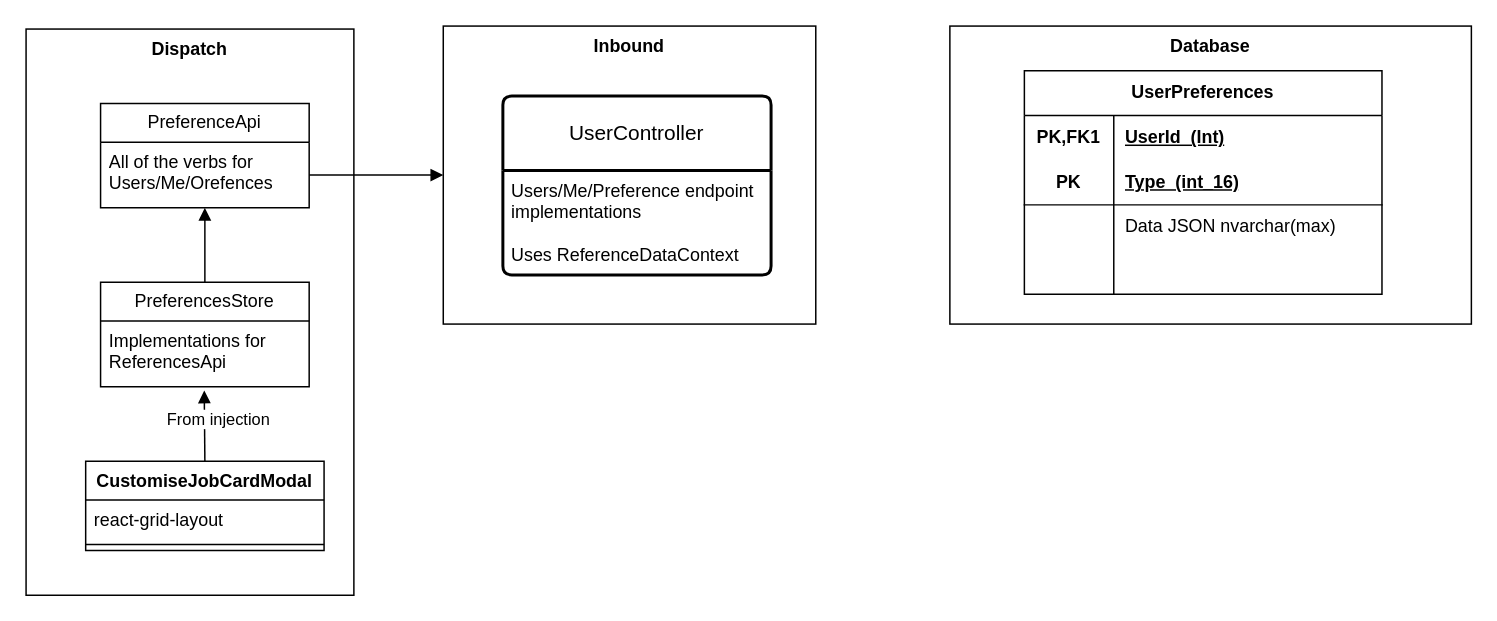
This is CustomJobCard.drawio from gbates-e2open/drawioFiles, a draw.io file, before an edit. Source tidied: cells renumbered, new cells numbered last; positions are measured from the earlier drawing's top-left corner, leaving out a move shared by most shapes. Both pictures are drawn from the tidied source at 149%, with x=0, y=0 at pixel (25, 25).
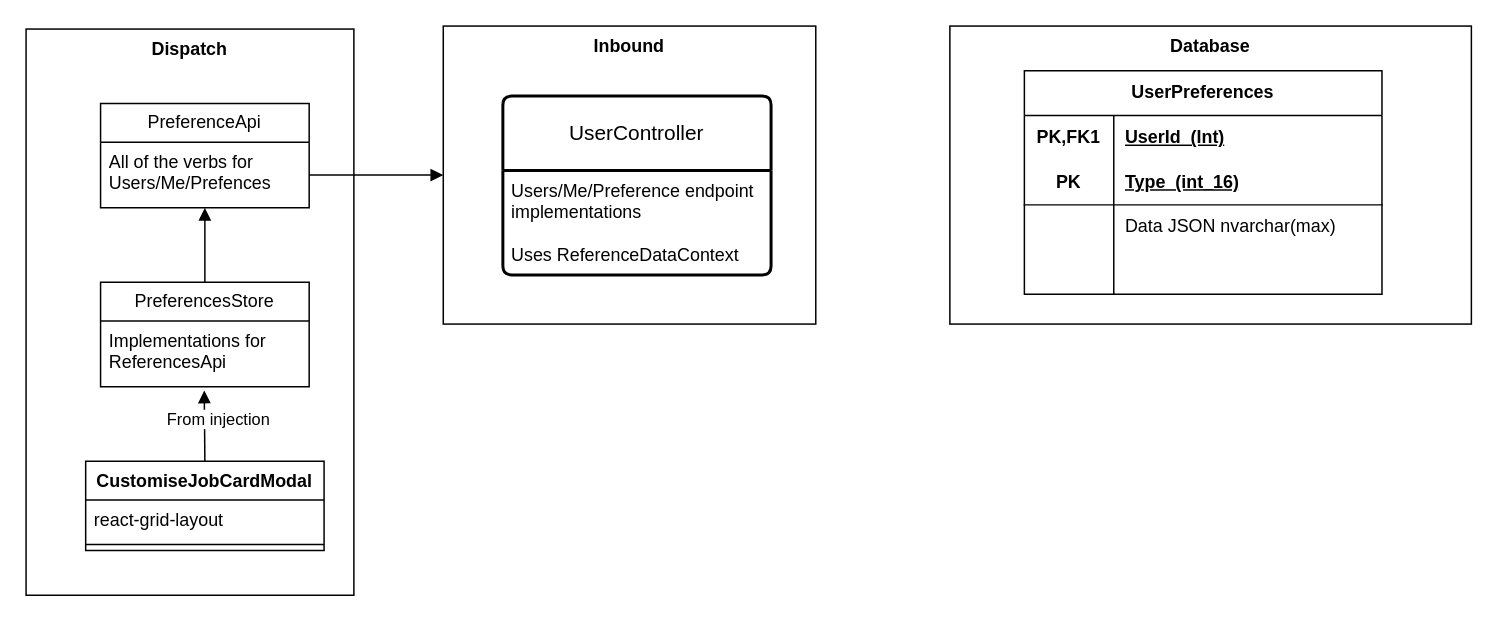
Above is the later version.

Unchanged cells that the change refers to:
```xml
<mxCell id="20" value="PreferenceApi" style="swimlane;fontStyle=0;horizontal=1;startSize=26;fillColor=none;whiteSpace=wrap;html=1;" parent="1" vertex="1">
  <mxGeometry x="50" y="52" width="140" height="70" as="geometry" />
</mxCell>
```

Change to the diagram source:
```diff
@@
-    <mxCell id="21" value="All of the verbs for&amp;nbsp;&lt;div&gt;Users/Me/Orefences&lt;/div&gt;" style="text;strokeColor=none;fillColor=none;align=left;verticalAlign=top;spacingLeft=4;spacingRight=4;overflow=hidden;points=[[0,0.5],[1,0.5]];portConstraint=eastwest;whiteSpace=wrap;html=1;" parent="20" vertex="1">
+    <mxCell id="21" value="All of the verbs for&amp;nbsp;&lt;div&gt;Users/Me/Prefences&lt;/div&gt;" style="text;strokeColor=none;fillColor=none;align=left;verticalAlign=top;spacingLeft=4;spacingRight=4;overflow=hidden;points=[[0,0.5],[1,0.5]];portConstraint=eastwest;whiteSpace=wrap;html=1;" parent="20" vertex="1">
       <mxGeometry y="26" width="140" height="44" as="geometry" />
     </mxCell>
```
